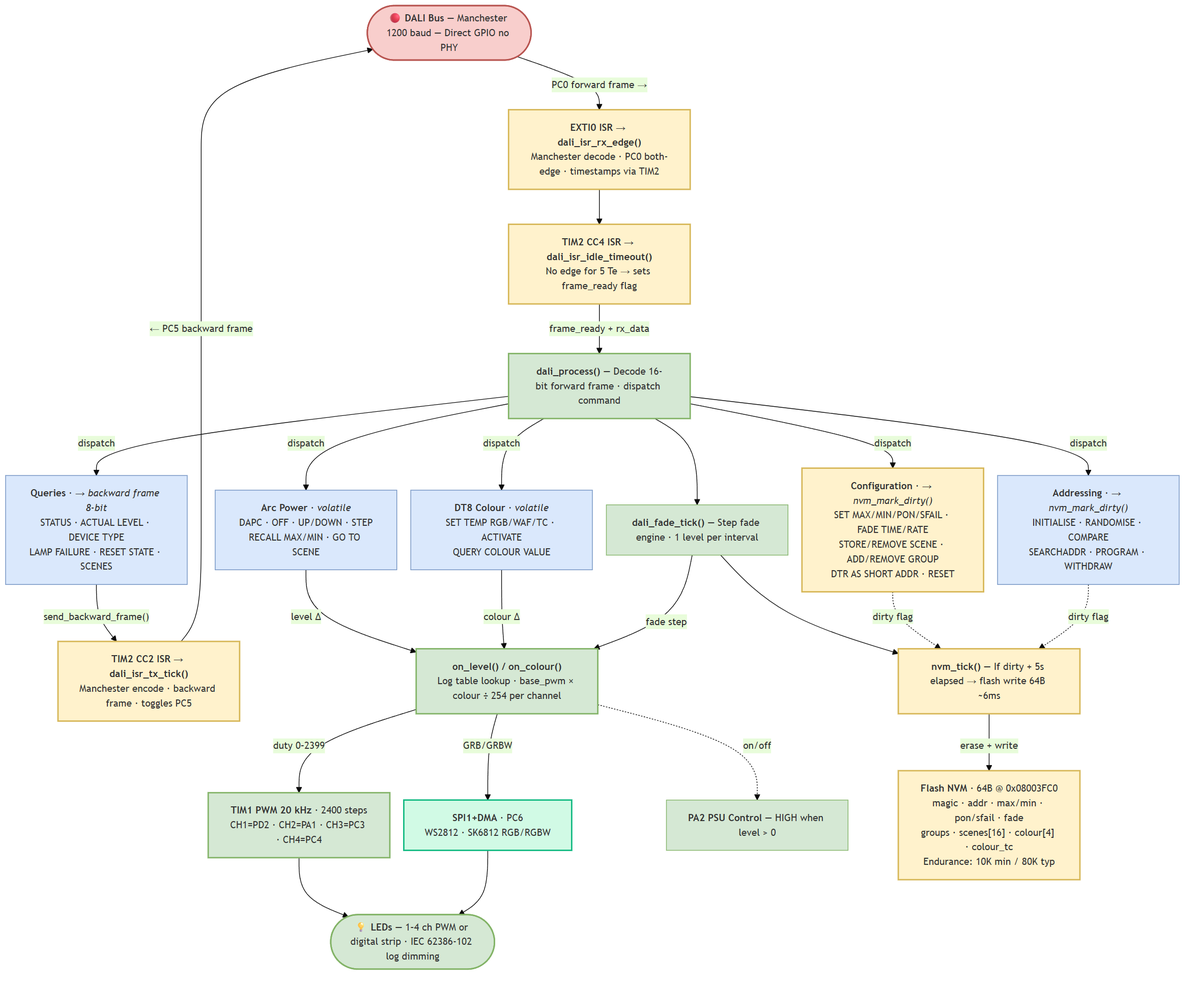
This is Firmware/firmware_architecture.png from cad435/OpenDALI_EVG, a Mermaid export, as it was before one commit. Its source is kept beside it as Firmware/firmware_architecture.mmd.
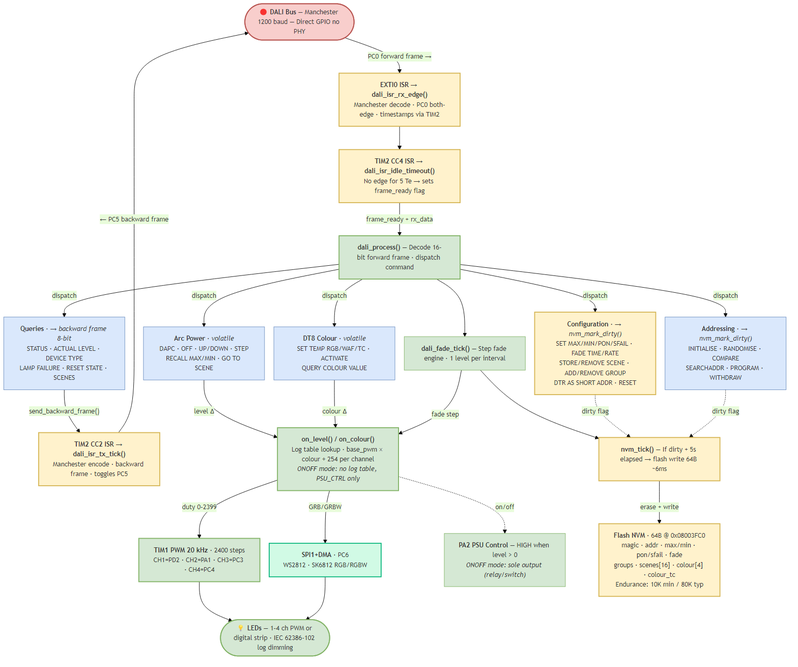
After the change.

Commit message:
added simple "on off" EVG mode for simple sockets

Diff of the diagram source:
```diff
@@ -29,12 +29,12 @@
     style DT8 fill:#dae8fc,stroke:#6c8ebf
     style ADDP fill:#dae8fc,stroke:#6c8ebf
 
-    CB["<b>on_level() / on_colour()</b><br/>Log table lookup · base_pwm × colour ÷ 254 per channel"]
+    CB["<b>on_level() / on_colour()</b><br/>Log table lookup · base_pwm × colour ÷ 254 per channel<br/><i>ONOFF mode: no log table, PSU_CTRL only</i>"]
     style CB fill:#d5e8d4,stroke:#82b366,stroke-width:2px
 
     PWM["<b>TIM1 PWM 20 kHz</b> · 2400 steps<br/>CH1=PD2 · CH2=PA1 · CH3=PC3 · CH4=PC4"]
     SPI["<b>SPI1+DMA</b> · PC6<br/>WS2812 · SK6812 RGB/RGBW"]
-    PSU["<b>PA2 PSU Control</b> — HIGH when level > 0"]
+    PSU["<b>PA2 PSU Control</b> — HIGH when level > 0<br/><i>ONOFF mode: sole output (relay/switch)</i>"]
     FLASH["<b>Flash NVM</b> · 64B @ 0x08003FC0<br/>magic · addr · max/min · pon/sfail · fade<br/>groups · scenes[16] · colour[4] · colour_tc<br/>Endurance: 10K min / 80K typ"]
     style PWM fill:#d5e8d4,stroke:#82b366,stroke-width:2px
     style SPI fill:#d1fae5,stroke:#10b981,stroke-width:2px
```
